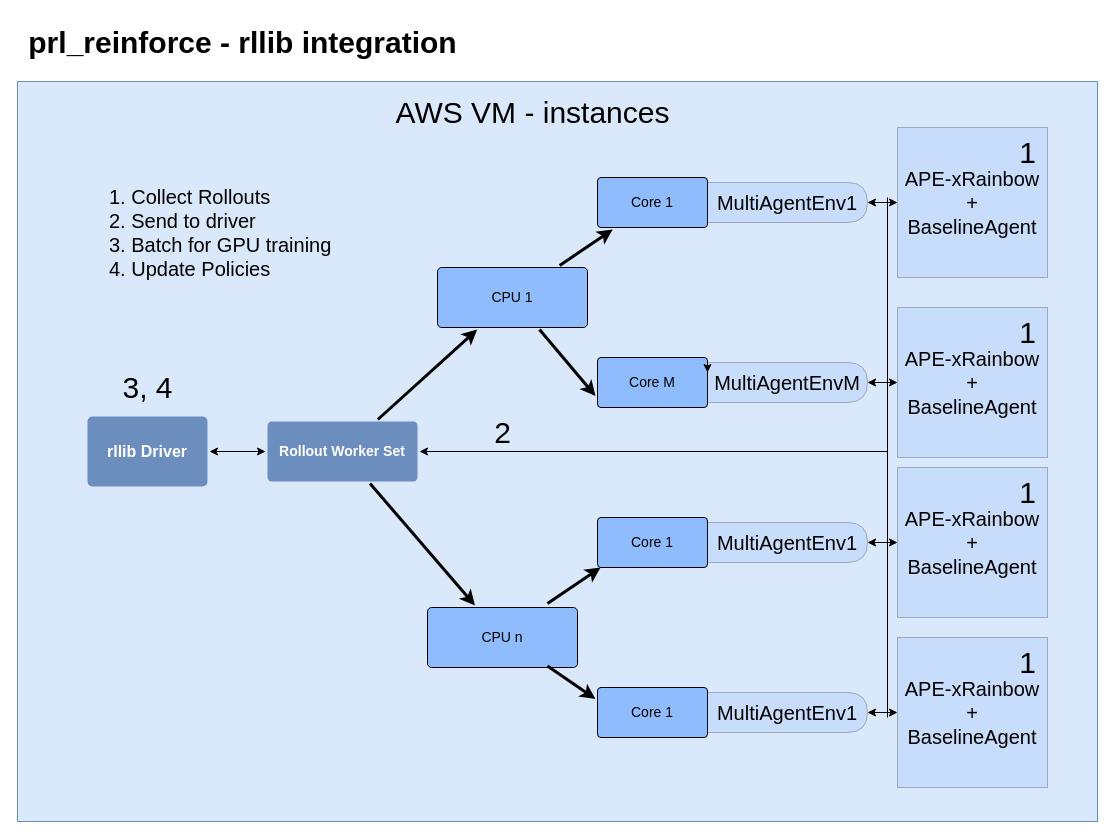
This is Untitled Diagram.drawio from hellovertex/prl_docs, a draw.io file, before an edit. Source tidied: cells renumbered, new cells numbered last; positions are measured from the earlier drawing's top-left corner, leaving out a move shared by most shapes. Both pictures are drawn from the tidied source at 100%, with x=0, y=0 at pixel (17, 17).
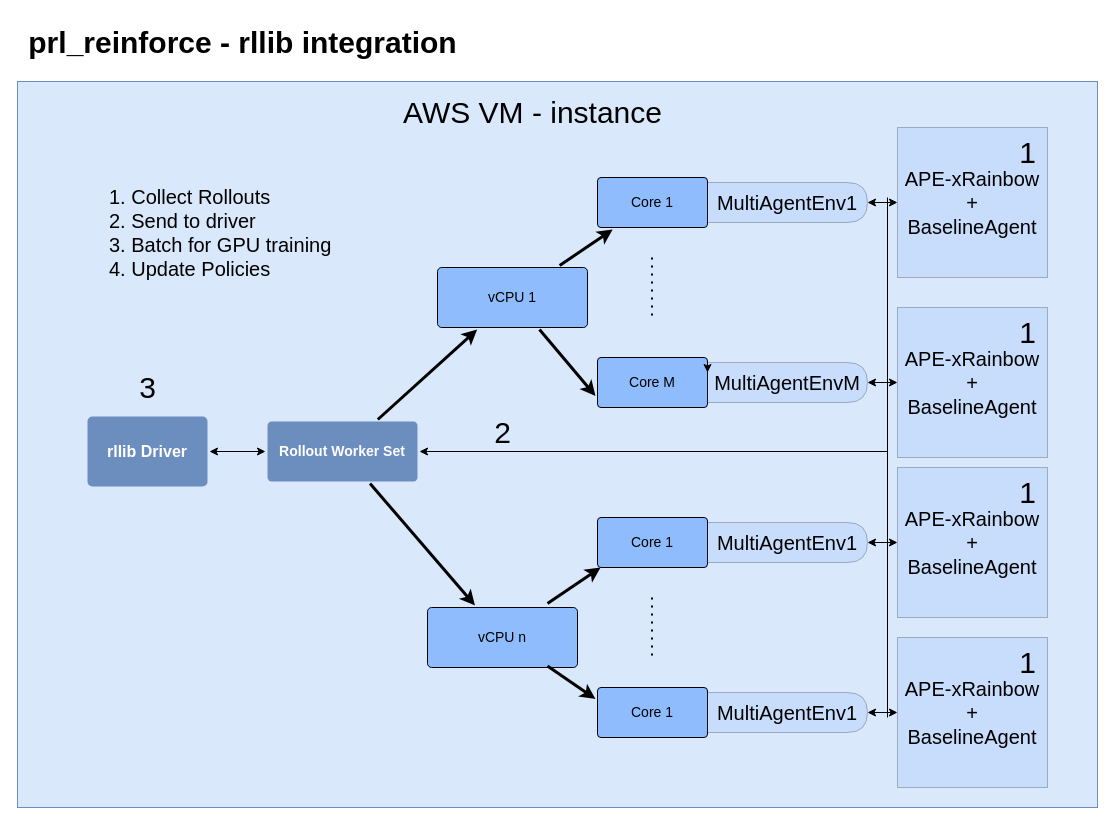
The same diagram, later.

Diff of the diagram source:
```diff
@@
     <mxCell id="2" style="rounded=0;whiteSpace=wrap;html=1;fontSize=30;fillColor=#dae8fc;strokeColor=#6c8ebf;" parent="1" vertex="1">
-      <mxGeometry y="64" width="1080" height="740" as="geometry" />
+      <mxGeometry y="64" width="1080" height="726" as="geometry" />
     </mxCell>
@@
-    <mxCell id="5" value="CPU n" style="rounded=1;whiteSpace=wrap;html=1;shadow=0;labelBackgroundColor=none;strokeColor=default;strokeWidth=1;fillColor=#8FBCFC;fontFamily=Helvetica;fontSize=14;fontColor=#000000;align=center;spacing=5;fontStyle=0;arcSize=7;perimeterSpacing=2;" parent="1" vertex="1">
+    <mxCell id="5" value="vCPU n" style="rounded=1;whiteSpace=wrap;html=1;shadow=0;labelBackgroundColor=none;strokeColor=default;strokeWidth=1;fillColor=#8FBCFC;fontFamily=Helvetica;fontSize=14;fontColor=#000000;align=center;spacing=5;fontStyle=0;arcSize=7;perimeterSpacing=2;" parent="1" vertex="1">
       <mxGeometry x="410" y="590" width="150" height="60" as="geometry" />
     </mxCell>
@@
-    <mxCell id="7" value="CPU 1" style="rounded=1;whiteSpace=wrap;html=1;shadow=0;labelBackgroundColor=none;strokeColor=default;strokeWidth=1;fillColor=#8FBCFC;fontFamily=Helvetica;fontSize=14;fontColor=#000000;align=center;spacing=5;fontStyle=0;arcSize=7;perimeterSpacing=2;" parent="1" vertex="1">
+    <mxCell id="7" value="vCPU 1" style="rounded=1;whiteSpace=wrap;html=1;shadow=0;labelBackgroundColor=none;strokeColor=default;strokeWidth=1;fillColor=#8FBCFC;fontFamily=Helvetica;fontSize=14;fontColor=#000000;align=center;spacing=5;fontStyle=0;arcSize=7;perimeterSpacing=2;" parent="1" vertex="1">
       <mxGeometry x="420" y="250" width="150" height="60" as="geometry" />
     </mxCell>
@@
-    <mxCell id="34" value="AWS VM - instances" style="text;html=1;align=center;verticalAlign=middle;strokeColor=none;fillColor=none;fontSize=30;" parent="1" vertex="1">
-      <mxGeometry x="365" y="70" width="300" height="50" as="geometry" />
+    <mxCell id="34" value="AWS VM - instance" style="text;html=1;align=center;verticalAlign=middle;strokeColor=none;fillColor=none;fontSize=30;" parent="1" vertex="1">
+      <mxGeometry x="375" y="70" width="280" height="50" as="geometry" />
     </mxCell>
@@
-    <mxCell id="41" value="&lt;div&gt;3, 4&lt;/div&gt;" style="text;html=1;align=center;verticalAlign=middle;strokeColor=none;fillColor=none;fontSize=30;" parent="1" vertex="1">
-      <mxGeometry x="95" y="345" width="70" height="50" as="geometry" />
+    <mxCell id="41" value="3" style="text;html=1;align=center;verticalAlign=middle;strokeColor=none;fillColor=none;fontSize=30;" parent="1" vertex="1">
+      <mxGeometry x="110" y="345" width="40" height="50" as="geometry" />
     </mxCell>
+    <mxCell id="42" style="endArrow=none;dashed=1;html=1;dashPattern=1 3;strokeWidth=2;rounded=0;fontSize=30;" parent="1" edge="1">
+      <mxGeometry relative="1" as="geometry">
+        <mxPoint x="634.5" y="240" as="sourcePoint" />
+        <mxPoint x="634.5" y="300" as="targetPoint" />
+      </mxGeometry>
+    </mxCell>
+    <mxCell id="43" style="endArrow=none;dashed=1;html=1;dashPattern=1 3;strokeWidth=2;rounded=0;fontSize=30;" parent="1" edge="1">
+      <mxGeometry relative="1" as="geometry">
+        <mxPoint x="634.5" y="580" as="sourcePoint" />
+        <mxPoint x="634.5" y="640" as="targetPoint" />
+      </mxGeometry>
+    </mxCell>
```
